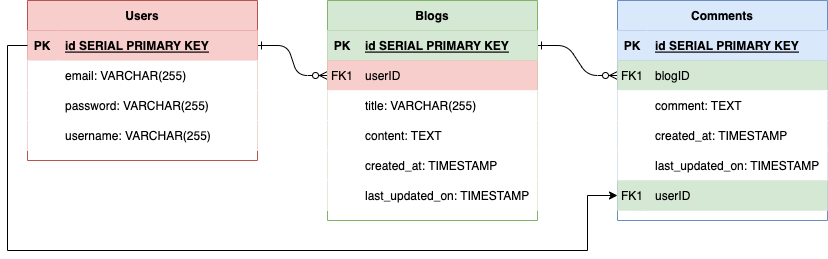
The draw.io diagram blog.drawio.png in taekim90/bloggit, before a commit. Source tidied: cells renumbered, new cells last; positions are measured from the earlier drawing's top-left corner, leaving out a move shared by most shapes.
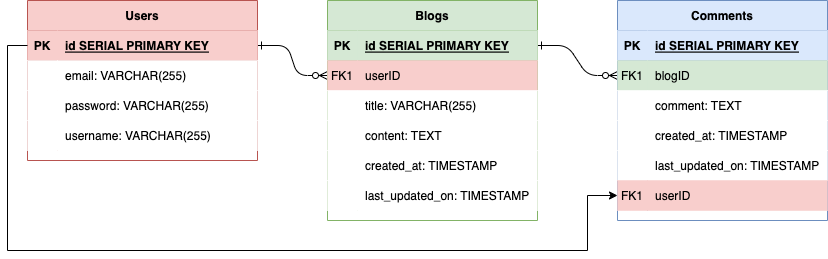
After the change.

What changed in the source:
```diff
@@ -113,13 +113,13 @@
     <mxCell id="38" value="last_updated_on: TIMESTAMP" style="shape=partialRectangle;top=0;left=0;bottom=0;right=0;align=left;spacingLeft=6;overflow=hidden;" parent="36" vertex="1">
       <mxGeometry x="30" width="180" height="30" as="geometry" />
     </mxCell>
-    <mxCell id="39" style="shape=partialRectangle;fillColor=#d5e8d4;points=[[0,0.5],[1,0.5]];portConstraint=eastwest;top=0;left=0;right=0;bottom=0;strokeColor=#82b366;" parent="23" vertex="1">
+    <mxCell id="39" style="shape=partialRectangle;fillColor=#f8cecc;points=[[0,0.5],[1,0.5]];portConstraint=eastwest;top=0;left=0;right=0;bottom=0;strokeColor=#b85450;" parent="23" vertex="1">
       <mxGeometry y="180" width="210" height="30" as="geometry" />
     </mxCell>
-    <mxCell id="40" value="FK1" style="shape=partialRectangle;overflow=hidden;fillColor=#d5e8d4;top=0;left=0;bottom=0;right=0;strokeColor=#82b366;" parent="39" vertex="1">
+    <mxCell id="40" value="FK1" style="shape=partialRectangle;overflow=hidden;fillColor=#f8cecc;top=0;left=0;bottom=0;right=0;strokeColor=#b85450;" parent="39" vertex="1">
       <mxGeometry width="30" height="30" as="geometry" />
     </mxCell>
-    <mxCell id="41" value="userID" style="shape=partialRectangle;overflow=hidden;fillColor=#d5e8d4;top=0;left=0;bottom=0;right=0;align=left;spacingLeft=6;strokeColor=#82b366;" parent="39" vertex="1">
+    <mxCell id="41" value="userID" style="shape=partialRectangle;overflow=hidden;fillColor=#f8cecc;top=0;left=0;bottom=0;right=0;align=left;spacingLeft=6;strokeColor=#b85450;" parent="39" vertex="1">
       <mxGeometry x="30" width="180" height="30" as="geometry" />
     </mxCell>
     <mxCell id="42" value="Users" style="shape=table;startSize=30;rowLines=0;fontStyle=1;align=center;fillColor=#f8cecc;strokeColor=#b85450;" parent="1" vertex="1">
```
